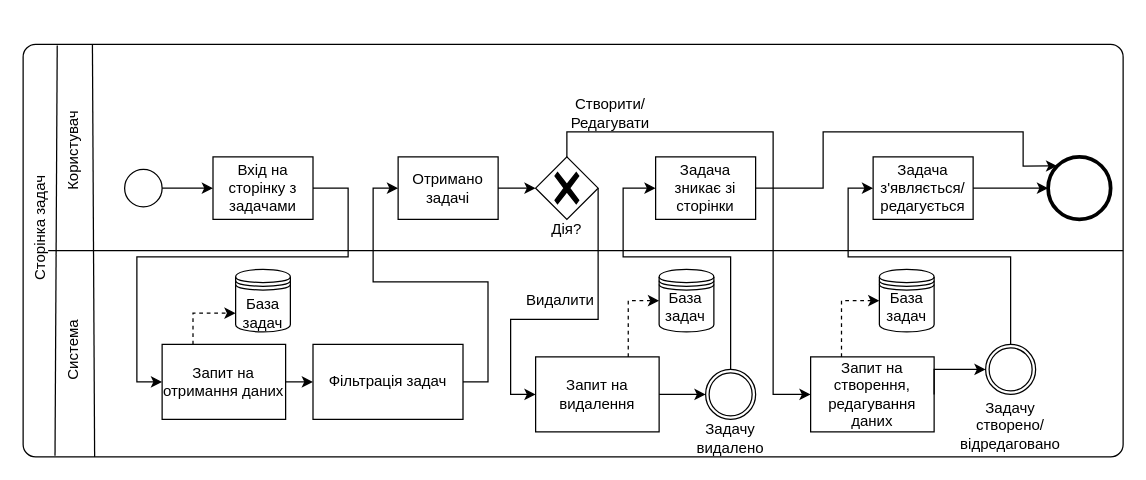
whitetark/bbetter keeps this draw.io diagram as page "Page-3" (3 of 5) of assets/bpmn.drawio. Above is the earlier version. Source tidied: cells renumbered, new cells numbered last; positions are measured from the earlier drawing's top-left corner, leaving out a move shared by most shapes. Both pictures are drawn from the tidied source at 125%, with x=0, y=0 at pixel (-168, 44).
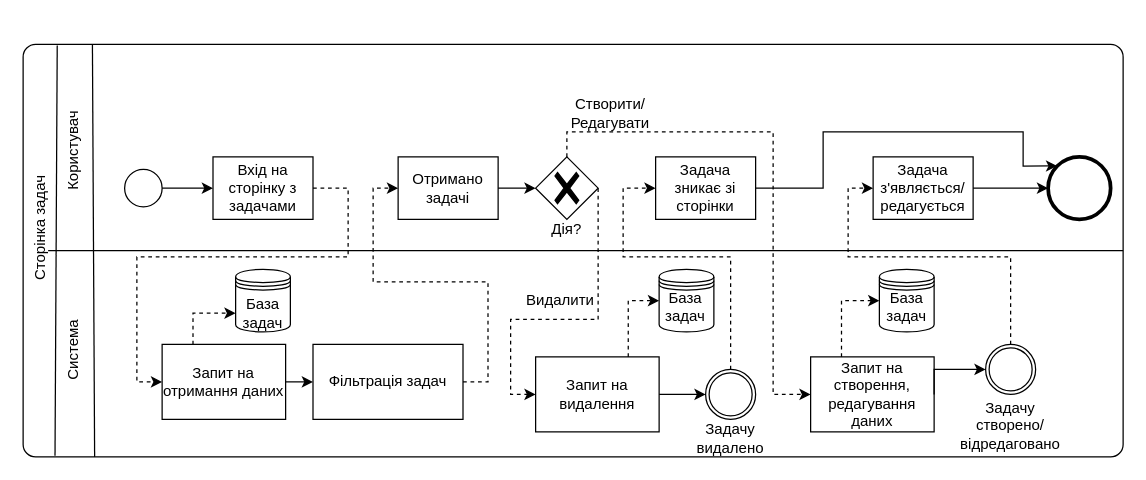
The same diagram, later.

The change refers to these unchanged cells:
```xml
<mxCell id="2" style="points=[[0.25,0,0],[0.5,0,0],[0.75,0,0],[1,0.25,0],[1,0.5,0],[1,0.75,0],[0.75,1,0],[0.5,1,0],[0.25,1,0],[0,0.75,0],[0,0.5,0],[0,0.25,0]];shape=mxgraph.bpmn.task;whiteSpace=wrap;rectStyle=rounded;size=10;html=1;taskMarker=abstract;" parent="1" vertex="1">
  <mxGeometry x="152" width="880" height="330" as="geometry" />
</mxCell>
<mxCell id="8" value="Вхід на сторінку з задачами" style="rounded=0;whiteSpace=wrap;html=1;" parent="2" vertex="1">
  <mxGeometry x="151.9" y="90" width="80" height="50" as="geometry" />
</mxCell>
<mxCell id="10" value="Отримано задачі" style="rounded=0;whiteSpace=wrap;html=1;" parent="2" vertex="1">
  <mxGeometry x="300" y="90" width="80" height="50" as="geometry" />
</mxCell>
<mxCell id="15" value="Запит на отримання даних" style="rounded=0;whiteSpace=wrap;html=1;" parent="2" vertex="1">
  <mxGeometry x="111.2" y="240" width="98.8" height="60" as="geometry" />
</mxCell>
<mxCell id="19" style="points=[[0.25,0.25,0],[0.5,0,0],[0.75,0.25,0],[1,0.5,0],[0.75,0.75,0],[0.5,1,0],[0.25,0.75,0],[0,0.5,0]];shape=mxgraph.bpmn.gateway2;html=1;verticalLabelPosition=bottom;labelBackgroundColor=#ffffff;verticalAlign=top;align=center;perimeter=rhombusPerimeter;outlineConnect=0;outline=none;symbol=none;gwType=exclusive;" parent="2" vertex="1">
  <mxGeometry x="410" y="90" width="50" height="50" as="geometry" />
</mxCell>
<mxCell id="23" value="Запит на видалення" style="rounded=0;whiteSpace=wrap;html=1;" parent="2" vertex="1">
  <mxGeometry x="410" y="250" width="98.8" height="60" as="geometry" />
</mxCell>
<mxCell id="26" value="Фільтрація задач" style="rounded=0;whiteSpace=wrap;html=1;" parent="2" vertex="1">
  <mxGeometry x="231.9" y="240" width="120" height="60" as="geometry" />
</mxCell>
<mxCell id="28" value="Запит на створення, редагування даних" style="rounded=0;whiteSpace=wrap;html=1;" parent="2" vertex="1">
  <mxGeometry x="630" y="250" width="98.8" height="60" as="geometry" />
</mxCell>
<mxCell id="33" style="points=[[0.145,0.145,0],[0.5,0,0],[0.855,0.145,0],[1,0.5,0],[0.855,0.855,0],[0.5,1,0],[0.145,0.855,0],[0,0.5,0]];shape=mxgraph.bpmn.event;html=1;verticalLabelPosition=bottom;labelBackgroundColor=#ffffff;verticalAlign=top;align=center;perimeter=ellipsePerimeter;outlineConnect=0;outline=throwing;symbol=general;" parent="2" vertex="1">
  <mxGeometry x="546" y="260" width="40" height="40" as="geometry" />
</mxCell>
<mxCell id="39" style="points=[[0.145,0.145,0],[0.5,0,0],[0.855,0.145,0],[1,0.5,0],[0.855,0.855,0],[0.5,1,0],[0.145,0.855,0],[0,0.5,0]];shape=mxgraph.bpmn.event;html=1;verticalLabelPosition=bottom;labelBackgroundColor=#ffffff;verticalAlign=top;align=center;perimeter=ellipsePerimeter;outlineConnect=0;outline=throwing;symbol=general;" parent="2" vertex="1">
  <mxGeometry x="770" y="240" width="40" height="40" as="geometry" />
</mxCell>
<mxCell id="42" value="Задача зникає зі сторінки" style="rounded=0;whiteSpace=wrap;html=1;" parent="2" vertex="1">
  <mxGeometry x="506" y="90" width="80" height="50" as="geometry" />
</mxCell>
<mxCell id="43" value="Задача з'являється/редагується" style="rounded=0;whiteSpace=wrap;html=1;" parent="2" vertex="1">
  <mxGeometry x="680" y="90" width="80" height="50" as="geometry" />
</mxCell>
```

Change to the diagram source:
```diff
@@
-    <mxCell id="9" style="edgeStyle=orthogonalEdgeStyle;rounded=0;jettySize=auto;html=1;exitX=1;exitY=0.5;exitDx=0;exitDy=0;entryX=0;entryY=0.5;entryDx=0;entryDy=0;" parent="2" edge="1" source="8" target="15">
+    <mxCell id="9" style="edgeStyle=orthogonalEdgeStyle;rounded=0;jettySize=auto;html=1;exitX=1;exitY=0.5;exitDx=0;exitDy=0;entryX=0;entryY=0.5;entryDx=0;entryDy=0;dashed=1;" parent="2" edge="1" source="8" target="15">
       <mxGeometry relative="1" as="geometry">
         <Array as="points">
           <mxPoint x="260" y="115" />
           <mxPoint x="260" y="170" />
           <mxPoint x="91" y="170" />
           <mxPoint x="91" y="270" />
         </Array>
       </mxGeometry>
     </mxCell>
@@
-    <mxCell id="17" style="edgeStyle=orthogonalEdgeStyle;rounded=0;jettySize=auto;html=1;exitX=1;exitY=0.5;exitDx=0;exitDy=0;exitPerimeter=0;entryX=0;entryY=0.5;entryDx=0;entryDy=0;" parent="2" edge="1" source="19" target="23">
+    <mxCell id="17" style="edgeStyle=orthogonalEdgeStyle;rounded=0;jettySize=auto;html=1;exitX=1;exitY=0.5;exitDx=0;exitDy=0;exitPerimeter=0;entryX=0;entryY=0.5;entryDx=0;entryDy=0;dashed=1;" parent="2" edge="1" source="19" target="23">
       <mxGeometry relative="1" as="geometry">
         <Array as="points">
           <mxPoint x="460" y="220" />
           <mxPoint x="390" y="220" />
           <mxPoint x="390" y="280" />
         </Array>
       </mxGeometry>
     </mxCell>
-    <mxCell id="18" style="edgeStyle=orthogonalEdgeStyle;rounded=0;jettySize=auto;html=1;exitX=0.5;exitY=0;exitDx=0;exitDy=0;exitPerimeter=0;entryX=0;entryY=0.5;entryDx=0;entryDy=0;" parent="2" edge="1" source="19" target="28">
+    <mxCell id="18" style="edgeStyle=orthogonalEdgeStyle;rounded=0;jettySize=auto;html=1;exitX=0.5;exitY=0;exitDx=0;exitDy=0;exitPerimeter=0;entryX=0;entryY=0.5;entryDx=0;entryDy=0;dashed=1;" parent="2" edge="1" source="19" target="28">
       <mxGeometry relative="1" as="geometry">
         <Array as="points">
           <mxPoint x="435" y="70" />
           <mxPoint x="600" y="70" />
         </Array>
       </mxGeometry>
     </mxCell>
@@
-    <mxCell id="25" style="edgeStyle=orthogonalEdgeStyle;rounded=0;jettySize=auto;html=1;exitX=1;exitY=0.5;exitDx=0;exitDy=0;entryX=0;entryY=0.5;entryDx=0;entryDy=0;" parent="2" edge="1" source="26" target="10">
+    <mxCell id="25" style="edgeStyle=orthogonalEdgeStyle;rounded=0;jettySize=auto;html=1;exitX=1;exitY=0.5;exitDx=0;exitDy=0;entryX=0;entryY=0.5;entryDx=0;entryDy=0;dashed=1;" parent="2" edge="1" source="26" target="10">
       <mxGeometry relative="1" as="geometry" />
     </mxCell>
@@
-    <mxCell id="32" style="edgeStyle=orthogonalEdgeStyle;rounded=0;jettySize=auto;html=1;exitX=0.5;exitY=0;exitDx=0;exitDy=0;exitPerimeter=0;entryX=0;entryY=0.5;entryDx=0;entryDy=0;" parent="2" edge="1" source="33" target="42">
+    <mxCell id="32" style="edgeStyle=orthogonalEdgeStyle;rounded=0;jettySize=auto;html=1;exitX=0.5;exitY=0;exitDx=0;exitDy=0;exitPerimeter=0;entryX=0;entryY=0.5;entryDx=0;entryDy=0;dashed=1;" parent="2" edge="1" source="33" target="42">
       <mxGeometry relative="1" as="geometry">
         <Array as="points">
           <mxPoint x="566" y="170" />
           <mxPoint x="480" y="170" />
           <mxPoint x="480" y="115" />
         </Array>
       </mxGeometry>
     </mxCell>
@@
-    <mxCell id="38" style="edgeStyle=orthogonalEdgeStyle;rounded=0;jettySize=auto;html=1;exitX=0.5;exitY=0;exitDx=0;exitDy=0;exitPerimeter=0;entryX=0;entryY=0.5;entryDx=0;entryDy=0;" parent="2" edge="1" source="39" target="43">
+    <mxCell id="38" style="edgeStyle=orthogonalEdgeStyle;rounded=0;jettySize=auto;html=1;exitX=0.5;exitY=0;exitDx=0;exitDy=0;exitPerimeter=0;entryX=0;entryY=0.5;entryDx=0;entryDy=0;dashed=1;" parent="2" edge="1" source="39" target="43">
       <mxGeometry relative="1" as="geometry">
         <Array as="points">
           <mxPoint x="790" y="170" />
           <mxPoint x="660" y="170" />
           <mxPoint x="660" y="115" />
         </Array>
       </mxGeometry>
     </mxCell>
```
